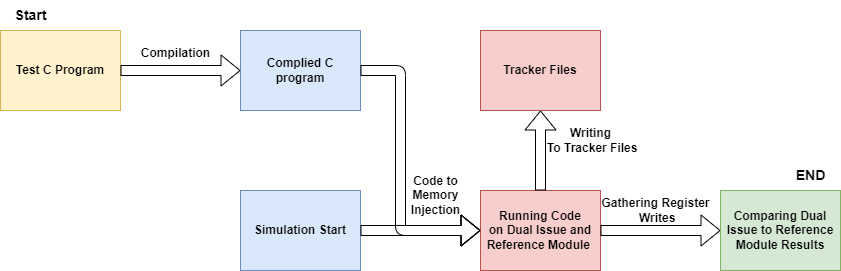
Earlier version of the draw.io export source/mini_core_di/diagrams/simulation_flow.drawio.png (FPGA-MAFIA/fpga_mafia). Source tidied: cells renumbered, new cells last; positions are measured from the earlier drawing's top-left corner, leaving out a move shared by most shapes. Its diagram source:
```xml
<mxGraphModel>
  <root>
    <mxCell id="0" />
    <mxCell id="1" parent="0" />
    <mxCell id="2" value="&lt;b&gt;&lt;font&gt;Test C Program&lt;/font&gt;&lt;/b&gt;" style="rounded=0;whiteSpace=wrap;html=1;fillColor=#fff2cc;strokeColor=#d6b656;" parent="1" vertex="1">
      <mxGeometry y="30" width="120" height="80" as="geometry" />
    </mxCell>
    <mxCell id="3" value="&lt;b&gt;&lt;font&gt;Complied C program&lt;/font&gt;&lt;/b&gt;" style="rounded=0;whiteSpace=wrap;html=1;fillColor=#dae8fc;strokeColor=#6c8ebf;" parent="1" vertex="1">
      <mxGeometry x="240" y="30" width="120" height="80" as="geometry" />
    </mxCell>
    <mxCell id="4" style="shape=flexArrow;endArrow=classic;html=1;entryX=0;entryY=0.5;entryDx=0;entryDy=0;exitX=1;exitY=0.5;exitDx=0;exitDy=0;" parent="1" edge="1" source="2" target="3">
      <mxGeometry relative="1" as="geometry" />
    </mxCell>
    <mxCell id="5" value="&lt;b&gt;Compilation&lt;/b&gt;" style="text;html=1;align=center;verticalAlign=middle;strokeColor=none;fillColor=none;" parent="1" vertex="1">
      <mxGeometry x="130" y="38" width="90" height="30" as="geometry" />
    </mxCell>
    <mxCell id="6" value="&lt;b&gt;&lt;font&gt;Simulation Start&lt;/font&gt;&lt;/b&gt;" style="rounded=0;whiteSpace=wrap;html=1;fillColor=#dae8fc;strokeColor=#6c8ebf;" parent="1" vertex="1">
      <mxGeometry x="240" y="190" width="120" height="80" as="geometry" />
    </mxCell>
    <mxCell id="7" value="&lt;b&gt;Running Code on&amp;nbsp;&lt;/b&gt;&lt;b&gt;Dual Issue and Reference Module&amp;nbsp;&lt;/b&gt;" style="rounded=0;whiteSpace=wrap;html=1;fillColor=#f8cecc;strokeColor=#b85450;" parent="1" vertex="1">
      <mxGeometry x="480" y="190" width="120" height="80" as="geometry" />
    </mxCell>
    <mxCell id="8" style="shape=flexArrow;endArrow=classic;html=1;exitX=1;exitY=0.5;exitDx=0;exitDy=0;entryX=0;entryY=0.5;entryDx=0;entryDy=0;" parent="1" edge="1" source="3" target="7">
      <mxGeometry relative="1" as="geometry">
        <Array as="points">
          <mxPoint x="400" y="70" />
          <mxPoint x="400" y="230" />
        </Array>
      </mxGeometry>
    </mxCell>
    <mxCell id="9" style="shape=flexArrow;endArrow=classic;html=1;entryX=0;entryY=0.5;entryDx=0;entryDy=0;exitX=1;exitY=0.5;exitDx=0;exitDy=0;" parent="1" edge="1" source="6" target="7">
      <mxGeometry relative="1" as="geometry" />
    </mxCell>
    <mxCell id="10" value="&lt;b style=&quot;text-wrap-mode: wrap;&quot;&gt;Code to Memory Injection&lt;/b&gt;" style="text;html=1;align=center;verticalAlign=middle;strokeColor=none;fillColor=none;" parent="1" vertex="1">
      <mxGeometry x="350" y="180" width="170" height="30" as="geometry" />
    </mxCell>
    <mxCell id="11" value="&lt;b&gt;&lt;font style=&quot;font-size: 14px;&quot;&gt;Start&lt;/font&gt;&lt;/b&gt;" style="text;html=1;align=center;verticalAlign=middle;strokeColor=none;fillColor=none;" parent="1" vertex="1">
      <mxGeometry width="60" height="30" as="geometry" />
    </mxCell>
    <mxCell id="12" style="shape=flexArrow;endArrow=classic;html=1;exitX=0.5;exitY=0;exitDx=0;exitDy=0;" parent="1" edge="1" source="7">
      <mxGeometry relative="1" as="geometry">
        <mxPoint x="540" y="110" as="targetPoint" />
      </mxGeometry>
    </mxCell>
    <mxCell id="13" value="&lt;b style=&quot;font-size: 12px;&quot;&gt;Writing&lt;/b&gt;&lt;div&gt;&lt;b style=&quot;font-size: 12px;&quot;&gt;&amp;nbsp;To Tracker Files&lt;/b&gt;&lt;/div&gt;" style="edgeLabel;html=1;align=center;verticalAlign=middle;labelBackgroundColor=none;" parent="12" vertex="1">
      <mxGeometry x="0.03" y="2" relative="1" as="geometry">
        <mxPoint x="52" y="-9" as="offset" />
      </mxGeometry>
    </mxCell>
    <mxCell id="14" value="&lt;b&gt;&lt;font&gt;Tracker Files&lt;/font&gt;&lt;/b&gt;" style="rounded=0;whiteSpace=wrap;html=1;fillColor=#f8cecc;strokeColor=#b85450;" parent="1" vertex="1">
      <mxGeometry x="480" y="30" width="120" height="80" as="geometry" />
    </mxCell>
    <mxCell id="15" style="shape=flexArrow;endArrow=classic;html=1;exitX=1;exitY=0.5;exitDx=0;exitDy=0;" parent="1" edge="1" source="7">
      <mxGeometry relative="1" as="geometry">
        <mxPoint x="720" y="230" as="targetPoint" />
      </mxGeometry>
    </mxCell>
    <mxCell id="16" value="&lt;b&gt;Comparing Dual Issue to Reference Module Results&lt;/b&gt;" style="rounded=0;whiteSpace=wrap;html=1;fillColor=#d5e8d4;strokeColor=#82b366;" parent="1" vertex="1">
      <mxGeometry x="720" y="190" width="120" height="80" as="geometry" />
    </mxCell>
    <mxCell id="17" value="&lt;b&gt;Gathering&amp;nbsp;&lt;/b&gt;&lt;b style=&quot;background-color: transparent;&quot;&gt;Register&lt;/b&gt;&lt;div&gt;&lt;b&gt;&amp;nbsp;Writes&lt;/b&gt;&lt;/div&gt;" style="text;html=1;align=center;verticalAlign=middle;strokeColor=none;fillColor=none;" parent="1" vertex="1">
      <mxGeometry x="590" y="190" width="130" height="40" as="geometry" />
    </mxCell>
    <mxCell id="18" value="&lt;b&gt;&lt;font style=&quot;font-size: 14px;&quot;&gt;END&lt;/font&gt;&lt;/b&gt;" style="text;html=1;align=center;verticalAlign=middle;strokeColor=none;fillColor=none;" parent="1" vertex="1">
      <mxGeometry x="785" y="160" width="50" height="30" as="geometry" />
    </mxCell>
  </root>
</mxGraphModel>
```
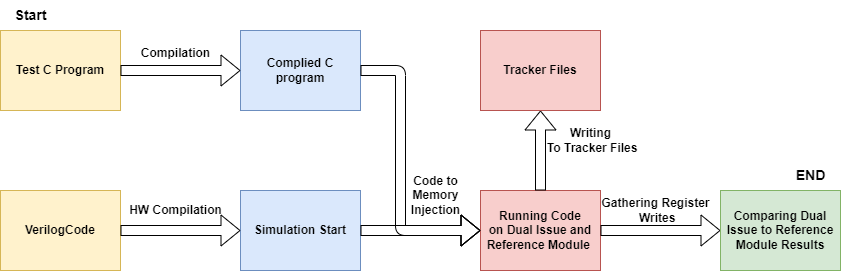
The same diagram one commit later.

The edit, as a diff of the source:
```diff
@@ -64,5 +64,14 @@
     <mxCell id="18" value="&lt;b&gt;&lt;font style=&quot;font-size: 14px;&quot;&gt;END&lt;/font&gt;&lt;/b&gt;" style="text;html=1;align=center;verticalAlign=middle;strokeColor=none;fillColor=none;" parent="1" vertex="1">
       <mxGeometry x="785" y="160" width="50" height="30" as="geometry" />
     </mxCell>
+    <mxCell id="19" value="&lt;b&gt;&lt;font&gt;VerilogCode&lt;/font&gt;&lt;/b&gt;" style="rounded=0;whiteSpace=wrap;html=1;fillColor=#fff2cc;strokeColor=#d6b656;" parent="1" vertex="1">
+      <mxGeometry y="190" width="120" height="80" as="geometry" />
+    </mxCell>
+    <mxCell id="20" style="shape=flexArrow;endArrow=classic;html=1;entryX=0;entryY=0.5;entryDx=0;entryDy=0;exitX=1;exitY=0.5;exitDx=0;exitDy=0;" parent="1" edge="1" source="19" target="6">
+      <mxGeometry relative="1" as="geometry" />
+    </mxCell>
+    <mxCell id="21" value="&lt;b&gt;HW Compilation&lt;/b&gt;" style="text;html=1;align=center;verticalAlign=middle;strokeColor=none;fillColor=none;" parent="1" vertex="1">
+      <mxGeometry x="115" y="195" width="120" height="30" as="geometry" />
+    </mxCell>
   </root>
 </mxGraphModel>
```
